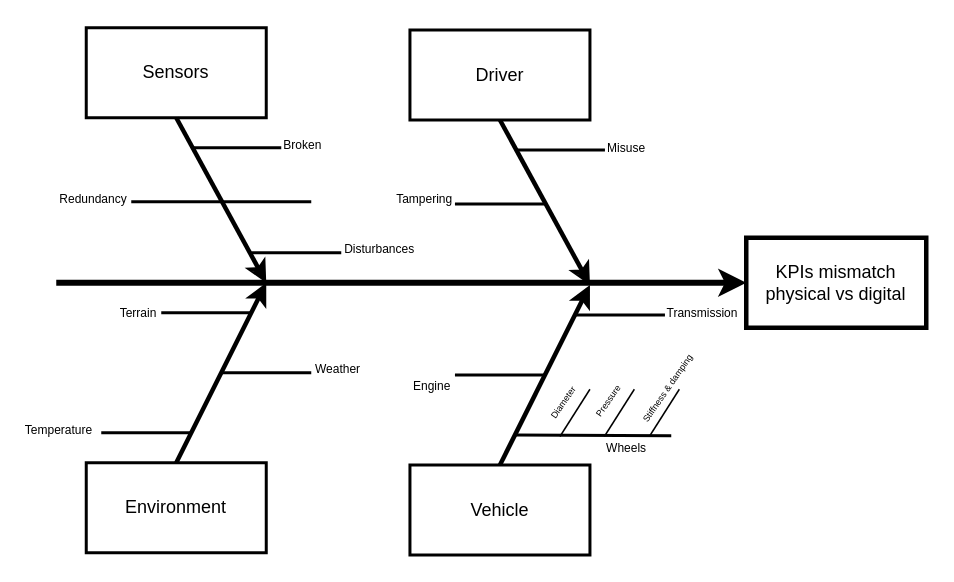
Above: Untitled Diagram.drawio in mbdtesting/ishikawa (draw.io), before the change. Source tidied: cells renumbered, new cells numbered last; positions are measured from the earlier drawing's top-left corner, leaving out a move shared by most shapes. Both pictures are drawn from the tidied source at 150%, with x=0, y=0 at pixel (36, 27).
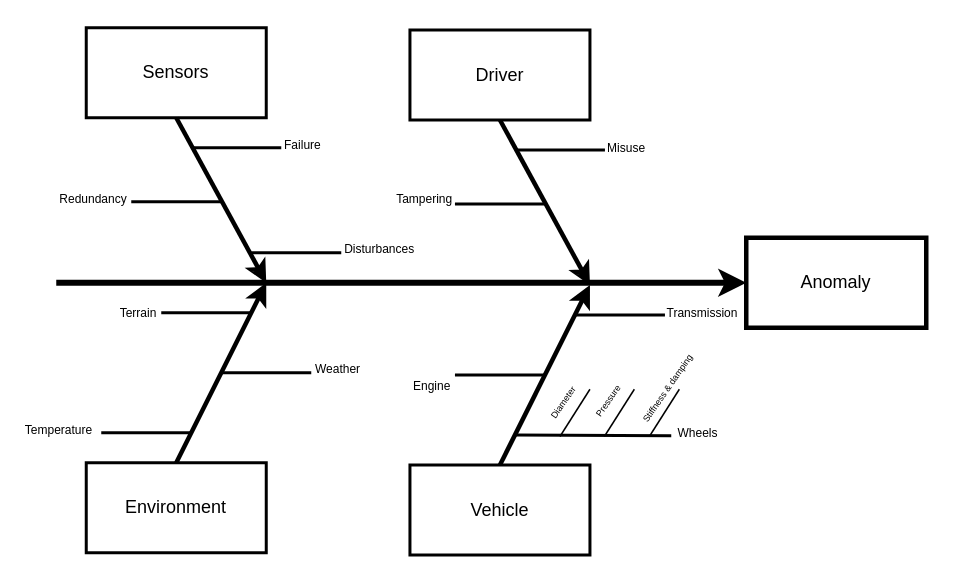
The same page after the edit.

Change to the diagram source:
```diff
@@
-    <mxCell id="2" value="KPIs mismatch physical vs digital" style="whiteSpace=wrap;strokeWidth=3;" parent="1" vertex="1">
+    <mxCell id="2" value="Anomaly" style="whiteSpace=wrap;strokeWidth=3;" parent="1" vertex="1">
       <mxGeometry x="473" y="140" width="120" height="60" as="geometry" />
     </mxCell>
@@
-    <mxCell id="13" style="edgeStyle=none;endArrow=none;strokeWidth=2;" parent="1" edge="1">
-      <mxGeometry relative="1" as="geometry">
-        <mxPoint x="123" y="116" as="sourcePoint" />
-        <mxPoint x="183" y="116" as="targetPoint" />
-      </mxGeometry>
-    </mxCell>
@@
-    <mxCell id="19" value="Broken" style="text;spacingTop=-5;fontSize=8;align=center;verticalAlign=middle;" parent="1" vertex="1">
+    <mxCell id="19" value="Failure" style="text;spacingTop=-5;fontSize=8;align=center;verticalAlign=middle;" parent="1" vertex="1">
       <mxGeometry x="162.6" y="71" width="30" height="20" as="geometry" />
     </mxCell>
@@
     <mxCell id="36" value="Wheels" style="text;spacingTop=-5;fontSize=8;align=center;verticalAlign=middle;" parent="1" vertex="1">
-      <mxGeometry x="378.4" y="272.5" width="30" height="20" as="geometry" />
+      <mxGeometry x="426" y="263" width="30" height="20" as="geometry" />
     </mxCell>
```
